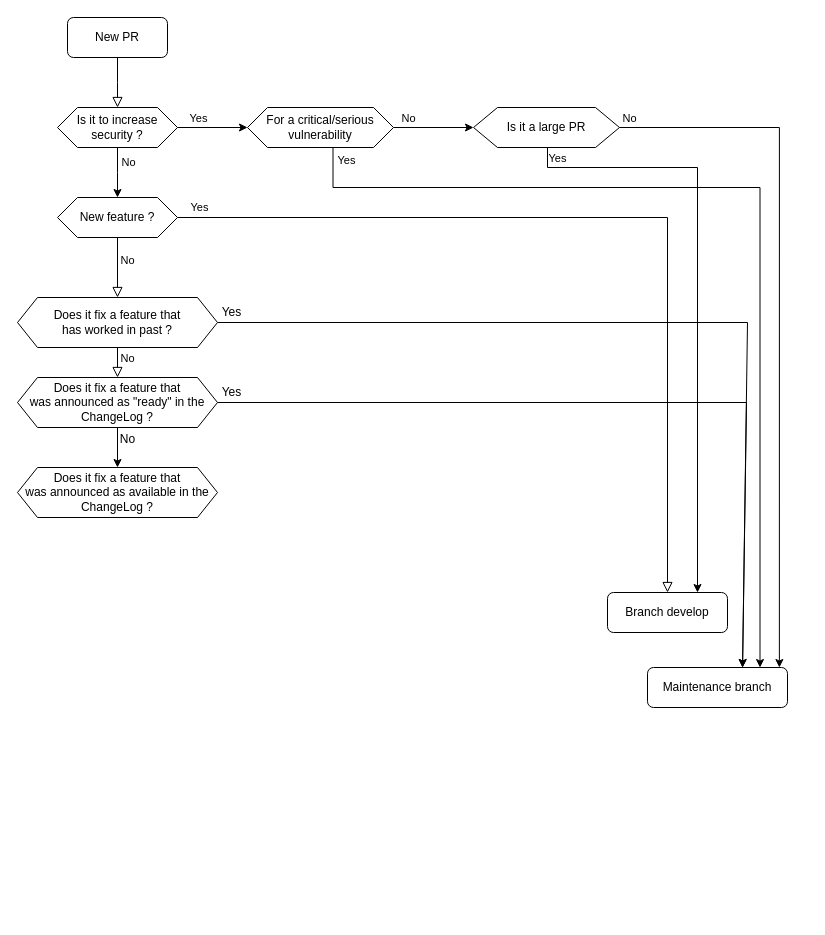
Earlier version of the draw.io diagram dev/Qualification PR ERD.drawio (Dolibarr/dolibarr-foundation). Source tidied: cells renumbered, new cells numbered last; positions are measured from the earlier drawing's top-left corner, leaving out a move shared by most shapes. Both pictures are drawn from the tidied source at 100%, with x=0, y=0 at pixel (17, 17).
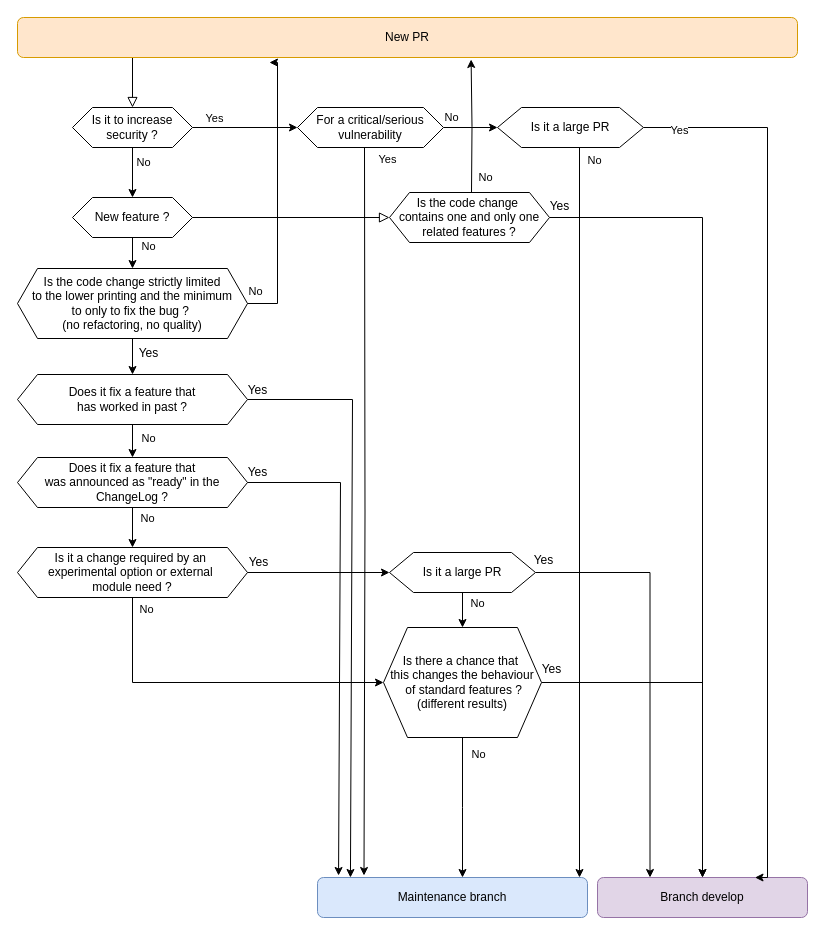
The same page after the edit.

Commit message (it also covers changes not shown here):
Mettre à jour Qualification PR ERD.drawio

Unchanged cells that the change refers to:
```xml
<mxCell id="8" style="edgeStyle=orthogonalEdgeStyle;rounded=0;jettySize=auto;html=1;exitX=1;exitY=0.5;exitDx=0;exitDy=0;entryX=0;entryY=0.5;entryDx=0;entryDy=0;" parent="1" edge="1" source="12" target="15">
  <mxGeometry relative="1" as="geometry" />
</mxCell>
<mxCell id="13" style="edgeStyle=orthogonalEdgeStyle;rounded=0;jettySize=auto;html=1;" parent="1" edge="1" source="15" target="19">
  <mxGeometry relative="1" as="geometry" />
</mxCell>
```

Change to the diagram source:
```diff
@@
-    <mxCell id="2" style="rounded=0;html=1;jettySize=auto;fontSize=11;endArrow=block;endFill=0;endSize=8;strokeWidth=1;shadow=0;labelBackgroundColor=none;edgeStyle=orthogonalEdgeStyle;" parent="1" edge="1" source="3">
+    <mxCell id="2" style="rounded=0;html=1;jettySize=auto;fontSize=11;endArrow=block;endFill=0;endSize=8;strokeWidth=1;shadow=0;labelBackgroundColor=none;edgeStyle=orthogonalEdgeStyle;entryX=0.5;entryY=0;entryDx=0;entryDy=0;exitX=0.15;exitY=0.975;exitDx=0;exitDy=0;exitPerimeter=0;" parent="1" edge="1" source="3" target="12">
       <mxGeometry relative="1" as="geometry">
-        <mxPoint x="100" y="90" as="targetPoint" />
+        <Array as="points">
+          <mxPoint x="115" y="39" />
+        </Array>
       </mxGeometry>
     </mxCell>
-    <mxCell id="3" value="New PR" style="rounded=1;whiteSpace=wrap;html=1;fontSize=12;glass=0;strokeWidth=1;shadow=0;" parent="1" vertex="1">
-      <mxGeometry x="50" width="100" height="40" as="geometry" />
+    <mxCell id="3" value="New PR" style="rounded=1;whiteSpace=wrap;html=1;fontSize=12;glass=0;strokeWidth=1;shadow=0;fillColor=#ffe6cc;strokeColor=#d79b00;" parent="1" vertex="1">
+      <mxGeometry width="780" height="40" as="geometry" />
     </mxCell>
-    <mxCell id="4" value="No" style="edgeStyle=orthogonalEdgeStyle;rounded=0;html=1;jettySize=auto;fontSize=11;endArrow=block;endFill=0;endSize=8;strokeWidth=1;shadow=0;labelBackgroundColor=none;exitX=0.5;exitY=1;exitDx=0;exitDy=0;entryX=0.5;entryY=0;entryDx=0;entryDy=0;" parent="1" edge="1" source="7" target="25">
-      <mxGeometry x="-0.25" y="10" relative="1" as="geometry" />
-    </mxCell>
-    <mxCell id="5" value="Yes" style="rounded=0;html=1;jettySize=auto;fontSize=11;endArrow=block;endFill=0;endSize=8;strokeWidth=1;shadow=0;labelBackgroundColor=none;edgeStyle=orthogonalEdgeStyle;exitX=1;exitY=0.5;exitDx=0;exitDy=0;" parent="1" edge="1" source="7" target="6">
-      <mxGeometry x="-0.95" y="10" relative="1" as="geometry">
-        <Array as="points">
-          <mxPoint x="650" y="200" />
-        </Array>
-      </mxGeometry>
-    </mxCell>
-    <mxCell id="6" value="Branch develop" style="rounded=1;whiteSpace=wrap;html=1;fontSize=12;glass=0;strokeWidth=1;shadow=0;" parent="1" vertex="1">
-      <mxGeometry x="590" y="575" width="120" height="40" as="geometry" />
+    <mxCell id="6" value="Branch develop" style="rounded=1;whiteSpace=wrap;html=1;fontSize=12;glass=0;strokeWidth=1;shadow=0;fillColor=#e1d5e7;strokeColor=#9673a6;" parent="1" vertex="1">
+      <mxGeometry x="580" y="860" width="210" height="40" as="geometry" />
     </mxCell>
     <mxCell id="7" value="New feature ?" style="shape=hexagon;perimeter=hexagonPerimeter2;whiteSpace=wrap;html=1;fixedSize=1;" parent="1" vertex="1">
-      <mxGeometry x="40" y="180" width="120" height="40" as="geometry" />
+      <mxGeometry x="55" y="180" width="120" height="40" as="geometry" />
     </mxCell>
@@
     <mxCell id="9" value="Yes" style="edgeLabel;html=1;align=center;verticalAlign=middle;" parent="8" vertex="1">
       <mxGeometry x="0.03" relative="1" as="geometry">
-        <mxPoint x="-16" y="-10" as="offset" />
+        <mxPoint x="-33" y="-10" as="offset" />
       </mxGeometry>
     </mxCell>
-    <mxCell id="10" style="edgeStyle=orthogonalEdgeStyle;rounded=0;jettySize=auto;html=1;entryX=0.5;entryY=0;entryDx=0;entryDy=0;" parent="1" edge="1" source="12">
-      <mxGeometry relative="1" as="geometry">
-        <mxPoint x="100" y="180" as="targetPoint" />
-      </mxGeometry>
+    <mxCell id="10" style="edgeStyle=orthogonalEdgeStyle;rounded=0;jettySize=auto;html=1;entryX=0.5;entryY=0;entryDx=0;entryDy=0;" parent="1" edge="1" source="12" target="7">
+      <mxGeometry relative="1" as="geometry" />
     </mxCell>
@@
     <mxCell id="12" value="Is it to increase security ?" style="shape=hexagon;perimeter=hexagonPerimeter2;whiteSpace=wrap;html=1;fixedSize=1;" parent="1" vertex="1">
-      <mxGeometry x="40" y="90" width="120" height="40" as="geometry" />
+      <mxGeometry x="55" y="90" width="120" height="40" as="geometry" />
     </mxCell>
@@
     <mxCell id="14" value="No" style="edgeLabel;html=1;align=center;verticalAlign=middle;" parent="13" vertex="1">
       <mxGeometry x="0.05" y="-4" relative="1" as="geometry">
-        <mxPoint x="-28" y="-14" as="offset" />
+        <mxPoint x="-21" y="-15" as="offset" />
       </mxGeometry>
     </mxCell>
     <mxCell id="15" value="For a critical/serious vulnerability" style="shape=hexagon;perimeter=hexagonPerimeter2;whiteSpace=wrap;html=1;fixedSize=1;" parent="1" vertex="1">
-      <mxGeometry x="230" y="90" width="146" height="40" as="geometry" />
+      <mxGeometry x="280" y="90" width="146" height="40" as="geometry" />
     </mxCell>
-    <mxCell id="16" style="endArrow=classic;html=1;rounded=0;exitX=1;exitY=0.5;exitDx=0;exitDy=0;entryX=0.679;entryY=0;entryDx=0;entryDy=0;entryPerimeter=0;" parent="1" edge="1" source="25" target="20">
+    <mxCell id="16" style="endArrow=classic;html=1;rounded=0;exitX=1;exitY=0.5;exitDx=0;exitDy=0;entryX=0.122;entryY=0;entryDx=0;entryDy=0;entryPerimeter=0;" parent="1" edge="1" source="25" target="20">
       <mxGeometry relative="1" as="geometry">
         <Array as="points">
-          <mxPoint x="730" y="305" />
+          <mxPoint x="335" y="382" />
         </Array>
       </mxGeometry>
     </mxCell>
-    <mxCell id="17" style="edgeStyle=orthogonalEdgeStyle;rounded=0;jettySize=auto;html=1;entryX=0.75;entryY=0;entryDx=0;entryDy=0;" parent="1" edge="1" source="19" target="6">
+    <mxCell id="17" style="edgeStyle=orthogonalEdgeStyle;rounded=0;jettySize=auto;html=1;exitX=1;exitY=0.5;exitDx=0;exitDy=0;entryX=0.75;entryY=0;entryDx=0;entryDy=0;" parent="1" edge="1" source="19" target="6">
       <mxGeometry relative="1" as="geometry">
         <Array as="points">
-          <mxPoint x="530" y="150" />
-          <mxPoint x="680" y="150" />
+          <mxPoint x="750" y="110" />
         </Array>
       </mxGeometry>
     </mxCell>
     <mxCell id="18" value="Yes" style="edgeLabel;html=1;align=center;verticalAlign=middle;" parent="17" vertex="1">
       <mxGeometry x="-0.69" y="-1" relative="1" as="geometry">
-        <mxPoint x="-63" y="-11" as="offset" />
+        <mxPoint x="-88" y="-11" as="offset" />
       </mxGeometry>
     </mxCell>
     <mxCell id="19" value="Is it a large PR" style="shape=hexagon;perimeter=hexagonPerimeter2;whiteSpace=wrap;html=1;fixedSize=1;size=24;" parent="1" vertex="1">
-      <mxGeometry x="456" y="90" width="146" height="40" as="geometry" />
+      <mxGeometry x="480" y="90" width="146" height="40" as="geometry" />
     </mxCell>
-    <mxCell id="20" value="Maintenance branch" style="rounded=1;whiteSpace=wrap;html=1;fontSize=12;glass=0;strokeWidth=1;shadow=0;" parent="1" vertex="1">
-      <mxGeometry x="630" y="650" width="140" height="40" as="geometry" />
+    <mxCell id="20" value="Maintenance branch" style="rounded=1;whiteSpace=wrap;html=1;fontSize=12;glass=0;strokeWidth=1;shadow=0;fillColor=#dae8fc;strokeColor=#6c8ebf;" parent="1" vertex="1">
+      <mxGeometry x="300" y="860" width="270" height="40" as="geometry" />
     </mxCell>
-    <mxCell id="21" style="edgeStyle=orthogonalEdgeStyle;rounded=0;orthogonalLoop=1;jettySize=auto;html=1;exitX=0.5;exitY=1;exitDx=0;exitDy=0;" parent="1" edge="1">
-      <mxGeometry relative="1" as="geometry">
-        <mxPoint x="315.5" y="130" as="sourcePoint" />
-        <mxPoint x="742.5" y="650" as="targetPoint" />
-        <Array as="points">
-          <mxPoint x="315.5" y="170" />
-          <mxPoint x="742.5" y="170" />
-          <mxPoint x="742.5" y="650" />
-        </Array>
-      </mxGeometry>
-    </mxCell>
-    <mxCell id="22" value="Yes" style="edgeLabel;html=1;align=center;verticalAlign=middle;" parent="21" vertex="1">
-      <mxGeometry x="-0.95" relative="1" as="geometry">
-        <mxPoint x="13" y="-12" as="offset" />
-      </mxGeometry>
-    </mxCell>
-    <mxCell id="23" style="edgeStyle=orthogonalEdgeStyle;rounded=0;jettySize=auto;html=1;entryX=0.942;entryY=0;entryDx=0;entryDy=0;entryPerimeter=0;" parent="1" edge="1" source="19" target="20">
-      <mxGeometry relative="1" as="geometry" />
-    </mxCell>
-    <mxCell id="24" value="No" style="edgeLabel;html=1;align=center;verticalAlign=middle;" parent="23" vertex="1">
-      <mxGeometry x="-0.77" relative="1" as="geometry">
-        <mxPoint x="-71" y="-10" as="offset" />
-      </mxGeometry>
-    </mxCell>
+    <mxCell id="28" style="edgeStyle=orthogonalEdgeStyle;rounded=0;jettySize=auto;html=1;exitX=0.5;exitY=1;exitDx=0;exitDy=0;entryX=0.5;entryY=0;entryDx=0;entryDy=0;" parent="1" edge="1" source="25" target="26">
+      <mxGeometry relative="1" as="geometry" />
+    </mxCell>
+    <mxCell id="34" value="No" style="edgeLabel;html=1;align=center;verticalAlign=middle;" parent="28" vertex="1">
+      <mxGeometry x="-0.09" relative="1" as="geometry">
+        <mxPoint x="15" y="-2" as="offset" />
+      </mxGeometry>
+    </mxCell>
     <mxCell id="25" value="Does it fix a feature that&lt;div&gt;has worked in past ?&lt;/div&gt;" style="shape=hexagon;perimeter=hexagonPerimeter2;whiteSpace=wrap;html=1;fixedSize=1;" parent="1" vertex="1">
-      <mxGeometry y="280" width="200" height="50" as="geometry" />
+      <mxGeometry y="357" width="230" height="50" as="geometry" />
     </mxCell>
+    <mxCell id="35" style="edgeStyle=orthogonalEdgeStyle;rounded=0;jettySize=auto;html=1;entryX=0.5;entryY=0;entryDx=0;entryDy=0;" parent="1" edge="1" source="26" target="43">
+      <mxGeometry relative="1" as="geometry" />
+    </mxCell>
+    <mxCell id="36" value="No" style="edgeLabel;html=1;align=center;verticalAlign=middle;" parent="35" vertex="1">
+      <mxGeometry x="-0.5" y="2" relative="1" as="geometry">
+        <mxPoint x="12" as="offset" />
+      </mxGeometry>
+    </mxCell>
     <mxCell id="26" value="Does it fix a feature that&lt;div&gt;was announced as &quot;ready&quot; in the ChangeLog ?&lt;/div&gt;" style="shape=hexagon;perimeter=hexagonPerimeter2;whiteSpace=wrap;html=1;fixedSize=1;" parent="1" vertex="1">
-      <mxGeometry y="360" width="200" height="50" as="geometry" />
+      <mxGeometry y="440" width="230" height="50" as="geometry" />
     </mxCell>
     <mxCell id="27" value="Yes" style="text;html=1;align=center;verticalAlign=middle;strokeColor=none;fillColor=none;" parent="1" vertex="1">
-      <mxGeometry x="194" y="280" width="40" height="30" as="geometry" />
+      <mxGeometry x="111" y="321" width="40" height="30" as="geometry" />
     </mxCell>
-    <mxCell id="28" value="No" style="edgeStyle=orthogonalEdgeStyle;rounded=0;html=1;jettySize=auto;fontSize=11;endArrow=block;endFill=0;endSize=8;strokeWidth=1;shadow=0;labelBackgroundColor=none;exitX=0.5;exitY=1;exitDx=0;exitDy=0;entryX=0.5;entryY=0;entryDx=0;entryDy=0;" parent="1" edge="1" source="25" target="26">
-      <mxGeometry x="-0.25" y="10" relative="1" as="geometry" />
-    </mxCell>
-    <mxCell id="29" style="endArrow=classic;html=1;rounded=0;exitX=1;exitY=0.5;exitDx=0;exitDy=0;entryX=0.679;entryY=0;entryDx=0;entryDy=0;entryPerimeter=0;" parent="1" edge="1" source="26" target="20">
+    <mxCell id="29" style="endArrow=classic;html=1;rounded=0;exitX=1;exitY=0.5;exitDx=0;exitDy=0;entryX=0.078;entryY=-0.05;entryDx=0;entryDy=0;entryPerimeter=0;" parent="1" edge="1" source="26" target="20">
       <mxGeometry relative="1" as="geometry">
         <Array as="points">
-          <mxPoint x="729" y="385" />
+          <mxPoint x="323" y="465" />
         </Array>
       </mxGeometry>
     </mxCell>
     <mxCell id="30" value="Yes" style="text;html=1;align=center;verticalAlign=middle;strokeColor=none;fillColor=none;" parent="1" vertex="1">
-      <mxGeometry x="194" y="360" width="40" height="30" as="geometry" />
+      <mxGeometry x="220" y="358" width="40" height="30" as="geometry" />
     </mxCell>
+    <mxCell id="37" style="edgeStyle=orthogonalEdgeStyle;rounded=0;jettySize=auto;html=1;" parent="1" edge="1" source="31" target="25">
+      <mxGeometry relative="1" as="geometry" />
+    </mxCell>
+    <mxCell id="38" value="No" style="edgeLabel;html=1;align=center;verticalAlign=middle;" parent="37" vertex="1">
+      <mxGeometry x="-0.55" y="1" relative="1" as="geometry">
+        <mxPoint x="121" y="-58" as="offset" />
+      </mxGeometry>
+    </mxCell>
-    <mxCell id="31" value="Does it fix a feature that&lt;div&gt;was announced as available in the ChangeLog ?&lt;/div&gt;" style="shape=hexagon;perimeter=hexagonPerimeter2;whiteSpace=wrap;html=1;fixedSize=1;" parent="1" vertex="1">
-      <mxGeometry y="450" width="200" height="50" as="geometry" />
+    <mxCell id="31" value="Is the code change strictly limited&lt;div&gt;&lt;span style=&quot;background-color: transparent; color: light-dark(rgb(0, 0, 0), rgb(255, 255, 255));&quot;&gt;to&lt;/span&gt;&lt;span style=&quot;background-color: transparent; color: light-dark(rgb(0, 0, 0), rgb(255, 255, 255));&quot;&gt;&amp;nbsp;the lower printing and the minimum&lt;/span&gt;&lt;/div&gt;&lt;div&gt;&lt;span style=&quot;background-color: transparent; color: light-dark(rgb(0, 0, 0), rgb(255, 255, 255));&quot;&gt;to&amp;nbsp;&lt;/span&gt;&lt;span style=&quot;background-color: transparent; color: light-dark(rgb(0, 0, 0), rgb(255, 255, 255));&quot;&gt;only to fix the bug ?&amp;nbsp;&lt;/span&gt;&lt;/div&gt;&lt;div&gt;&lt;span style=&quot;background-color: transparent; color: light-dark(rgb(0, 0, 0), rgb(255, 255, 255));&quot;&gt;(no refactoring, no quality)&lt;/span&gt;&lt;/div&gt;" style="shape=hexagon;perimeter=hexagonPerimeter2;whiteSpace=wrap;html=1;fixedSize=1;" parent="1" vertex="1">
+      <mxGeometry y="251" width="230" height="70" as="geometry" />
     </mxCell>
-    <mxCell id="32" style="edgeStyle=orthogonalEdgeStyle;rounded=0;jettySize=auto;html=1;entryX=0.5;entryY=0;entryDx=0;entryDy=0;entryPerimeter=0;" parent="1" edge="1" source="26" target="31">
-      <mxGeometry relative="1" as="geometry" />
+    <mxCell id="32" style="edgeStyle=orthogonalEdgeStyle;rounded=0;jettySize=auto;html=1;entryX=0.5;entryY=0;entryDx=0;entryDy=0;entryPerimeter=0;" parent="1" edge="1" target="31">
+      <mxGeometry relative="1" as="geometry">
+        <mxPoint x="115" y="220" as="sourcePoint" />
+      </mxGeometry>
     </mxCell>
-    <mxCell id="33" value="No" style="text;html=1;align=center;verticalAlign=middle;strokeColor=none;fillColor=none;" parent="1" vertex="1">
-      <mxGeometry x="90" y="407" width="40" height="30" as="geometry" />
-    </mxCell>
+    <mxCell id="39" value="No" style="edgeLabel;html=1;align=center;verticalAlign=middle;" parent="1" vertex="1">
+      <mxGeometry x="140" y="320" as="geometry">
+        <mxPoint x="-10" y="-92" as="offset" />
+      </mxGeometry>
+    </mxCell>
+    <mxCell id="40" style="edgeStyle=orthogonalEdgeStyle;rounded=0;orthogonalLoop=1;jettySize=auto;html=1;entryX=0.341;entryY=-0.05;entryDx=0;entryDy=0;entryPerimeter=0;" parent="1" edge="1">
+      <mxGeometry relative="1" as="geometry">
+        <mxPoint x="347" y="130" as="sourcePoint" />
+        <mxPoint x="346.5" y="858" as="targetPoint" />
+      </mxGeometry>
+    </mxCell>
+    <mxCell id="22" value="Yes" style="edgeLabel;html=1;align=center;verticalAlign=middle;" parent="1" vertex="1">
+      <mxGeometry x="445" y="110" as="geometry">
+        <mxPoint x="-76" y="31" as="offset" />
+      </mxGeometry>
+    </mxCell>
+    <mxCell id="41" value="Yes" style="text;html=1;align=center;verticalAlign=middle;strokeColor=none;fillColor=none;" parent="1" vertex="1">
+      <mxGeometry x="220" y="440" width="40" height="30" as="geometry" />
+    </mxCell>
+    <mxCell id="42" style="edgeStyle=orthogonalEdgeStyle;rounded=0;jettySize=auto;html=1;entryX=0;entryY=0.5;entryDx=0;entryDy=0;" parent="1" edge="1" source="43" target="52">
+      <mxGeometry relative="1" as="geometry">
+        <Array as="points">
+          <mxPoint x="115" y="665" />
+        </Array>
+      </mxGeometry>
+    </mxCell>
+    <mxCell id="43" value="Is it a change required by an&amp;nbsp;&lt;div&gt;&lt;span style=&quot;background-color: transparent; color: light-dark(rgb(0, 0, 0), rgb(255, 255, 255));&quot;&gt;experimental option or external&amp;nbsp;&lt;/span&gt;&lt;/div&gt;&lt;div&gt;&lt;span style=&quot;background-color: transparent; color: light-dark(rgb(0, 0, 0), rgb(255, 255, 255));&quot;&gt;module need ?&lt;/span&gt;&lt;/div&gt;" style="shape=hexagon;perimeter=hexagonPerimeter2;whiteSpace=wrap;html=1;fixedSize=1;" parent="1" vertex="1">
+      <mxGeometry y="530" width="230" height="50" as="geometry" />
+    </mxCell>
+    <mxCell id="44" style="edgeStyle=orthogonalEdgeStyle;rounded=0;jettySize=auto;html=1;exitX=1;exitY=0.5;exitDx=0;exitDy=0;entryX=0;entryY=0.5;entryDx=0;entryDy=0;" parent="1" edge="1" source="43" target="49">
+      <mxGeometry relative="1" as="geometry" />
+    </mxCell>
+    <mxCell id="45" value="Yes" style="text;html=1;align=center;verticalAlign=middle;strokeColor=none;fillColor=none;" parent="1" vertex="1">
+      <mxGeometry x="221" y="530" width="40" height="30" as="geometry" />
+    </mxCell>
+    <mxCell id="46" style="edgeStyle=orthogonalEdgeStyle;rounded=0;jettySize=auto;html=1;exitX=1;exitY=0.5;exitDx=0;exitDy=0;entryX=0.323;entryY=1.125;entryDx=0;entryDy=0;entryPerimeter=0;" parent="1" edge="1" source="31" target="3">
+      <mxGeometry relative="1" as="geometry">
+        <Array as="points">
+          <mxPoint x="260" y="286" />
+          <mxPoint x="260" y="45" />
+        </Array>
+      </mxGeometry>
+    </mxCell>
+    <mxCell id="47" style="edgeStyle=orthogonalEdgeStyle;rounded=0;jettySize=auto;html=1;entryX=0.25;entryY=0;entryDx=0;entryDy=0;" parent="1" edge="1" source="49" target="6">
+      <mxGeometry relative="1" as="geometry" />
+    </mxCell>
+    <mxCell id="48" style="edgeStyle=orthogonalEdgeStyle;rounded=0;jettySize=auto;html=1;entryX=0.5;entryY=0;entryDx=0;entryDy=0;" parent="1" edge="1" source="49" target="52">
+      <mxGeometry relative="1" as="geometry" />
+    </mxCell>
+    <mxCell id="49" value="Is it a large PR" style="shape=hexagon;perimeter=hexagonPerimeter2;whiteSpace=wrap;html=1;fixedSize=1;size=24;" parent="1" vertex="1">
+      <mxGeometry x="372" y="535" width="146" height="40" as="geometry" />
+    </mxCell>
+    <mxCell id="50" value="Yes" style="text;html=1;align=center;verticalAlign=middle;strokeColor=none;fillColor=none;" parent="1" vertex="1">
+      <mxGeometry x="506" y="528" width="40" height="30" as="geometry" />
+    </mxCell>
+    <mxCell id="51" style="edgeStyle=orthogonalEdgeStyle;rounded=0;jettySize=auto;html=1;exitX=1;exitY=0.5;exitDx=0;exitDy=0;" parent="1" edge="1" source="52" target="6">
+      <mxGeometry relative="1" as="geometry" />
+    </mxCell>
+    <mxCell id="52" value="Is there a chance that&amp;nbsp;&lt;div&gt;this changes the behaviour&lt;/div&gt;&lt;div&gt;&amp;nbsp;of standard features ?&lt;/div&gt;&lt;div&gt;(different results&lt;span style=&quot;background-color: transparent; color: light-dark(rgb(0, 0, 0), rgb(255, 255, 255));&quot;&gt;)&lt;/span&gt;&lt;/div&gt;" style="shape=hexagon;perimeter=hexagonPerimeter2;whiteSpace=wrap;html=1;fixedSize=1;size=24;" parent="1" vertex="1">
+      <mxGeometry x="366" y="610" width="158" height="110" as="geometry" />
+    </mxCell>
+    <mxCell id="53" style="edgeStyle=orthogonalEdgeStyle;rounded=0;jettySize=auto;html=1;exitX=0.5;exitY=1;exitDx=0;exitDy=0;" parent="1" edge="1" source="52">
+      <mxGeometry relative="1" as="geometry">
+        <mxPoint x="445" y="860" as="targetPoint" />
+      </mxGeometry>
+    </mxCell>
+    <mxCell id="54" value="No" style="edgeLabel;html=1;align=center;verticalAlign=middle;" parent="53" vertex="1">
+      <mxGeometry x="-0.77" y="2" relative="1" as="geometry">
+        <mxPoint x="13" as="offset" />
+      </mxGeometry>
+    </mxCell>
+    <mxCell id="55" value="No" style="edgeLabel;html=1;align=center;verticalAlign=middle;" parent="1" vertex="1">
+      <mxGeometry x="439" y="100" as="geometry">
+        <mxPoint x="137" y="42" as="offset" />
+      </mxGeometry>
+    </mxCell>
+    <mxCell id="56" value="Yes" style="text;html=1;align=center;verticalAlign=middle;strokeColor=none;fillColor=none;" parent="1" vertex="1">
+      <mxGeometry x="514" y="637" width="40" height="30" as="geometry" />
+    </mxCell>
+    <mxCell id="57" value="No" style="edgeLabel;html=1;align=center;verticalAlign=middle;" parent="1" vertex="1">
+      <mxGeometry x="132" y="504" as="geometry">
+        <mxPoint x="327" y="81" as="offset" />
+      </mxGeometry>
+    </mxCell>
+    <mxCell id="58" value="No" style="edgeLabel;html=1;align=center;verticalAlign=middle;" parent="1" vertex="1">
+      <mxGeometry x="138" y="514" as="geometry">
+        <mxPoint x="-10" y="77" as="offset" />
+      </mxGeometry>
+    </mxCell>
+    <mxCell id="59" style="rounded=0;html=1;jettySize=auto;fontSize=11;endArrow=block;endFill=0;endSize=8;strokeWidth=1;shadow=0;labelBackgroundColor=none;edgeStyle=orthogonalEdgeStyle;exitX=1;exitY=0.5;exitDx=0;exitDy=0;" parent="1" edge="1" source="7" target="61">
+      <mxGeometry x="-0.95" y="10" relative="1" as="geometry" />
+    </mxCell>
+    <mxCell id="60" style="edgeStyle=orthogonalEdgeStyle;rounded=0;jettySize=auto;html=1;exitX=1;exitY=0.5;exitDx=0;exitDy=0;entryX=0.5;entryY=0;entryDx=0;entryDy=0;" parent="1" edge="1" source="61" target="6">
+      <mxGeometry relative="1" as="geometry" />
+    </mxCell>
+    <mxCell id="61" value="Is the code change&amp;nbsp;&lt;div&gt;contains&amp;nbsp;&lt;span style=&quot;background-color: transparent; color: light-dark(rgb(0, 0, 0), rgb(255, 255, 255));&quot;&gt;one and only one related features ?&lt;/span&gt;&lt;/div&gt;" style="shape=hexagon;perimeter=hexagonPerimeter2;whiteSpace=wrap;html=1;fixedSize=1;" parent="1" vertex="1">
+      <mxGeometry x="372" y="175" width="160" height="50" as="geometry" />
+    </mxCell>
+    <mxCell id="62" style="edgeStyle=orthogonalEdgeStyle;rounded=0;orthogonalLoop=1;jettySize=auto;html=1;exitX=0.5;exitY=0;exitDx=0;exitDy=0;entryX=0.579;entryY=1.05;entryDx=0;entryDy=0;entryPerimeter=0;" parent="1" edge="1">
+      <mxGeometry relative="1" as="geometry">
+        <mxPoint x="454" y="175" as="sourcePoint" />
+        <mxPoint x="453.6" y="42" as="targetPoint" />
+      </mxGeometry>
+    </mxCell>
+    <mxCell id="63" value="No" style="edgeLabel;html=1;align=center;verticalAlign=middle;" parent="62" vertex="1">
+      <mxGeometry x="-0.51" y="3" relative="1" as="geometry">
+        <mxPoint x="16" y="18" as="offset" />
+      </mxGeometry>
+    </mxCell>
+    <mxCell id="64" value="Yes" style="text;html=1;align=center;verticalAlign=middle;strokeColor=none;fillColor=none;" parent="1" vertex="1">
+      <mxGeometry x="522" y="174" width="40" height="30" as="geometry" />
+    </mxCell>
+    <mxCell id="65" style="edgeStyle=orthogonalEdgeStyle;rounded=0;orthogonalLoop=1;jettySize=auto;html=1;" parent="1" edge="1">
+      <mxGeometry relative="1" as="geometry">
+        <mxPoint x="562" y="130" as="sourcePoint" />
+        <mxPoint x="562" y="860" as="targetPoint" />
+      </mxGeometry>
+    </mxCell>
```
